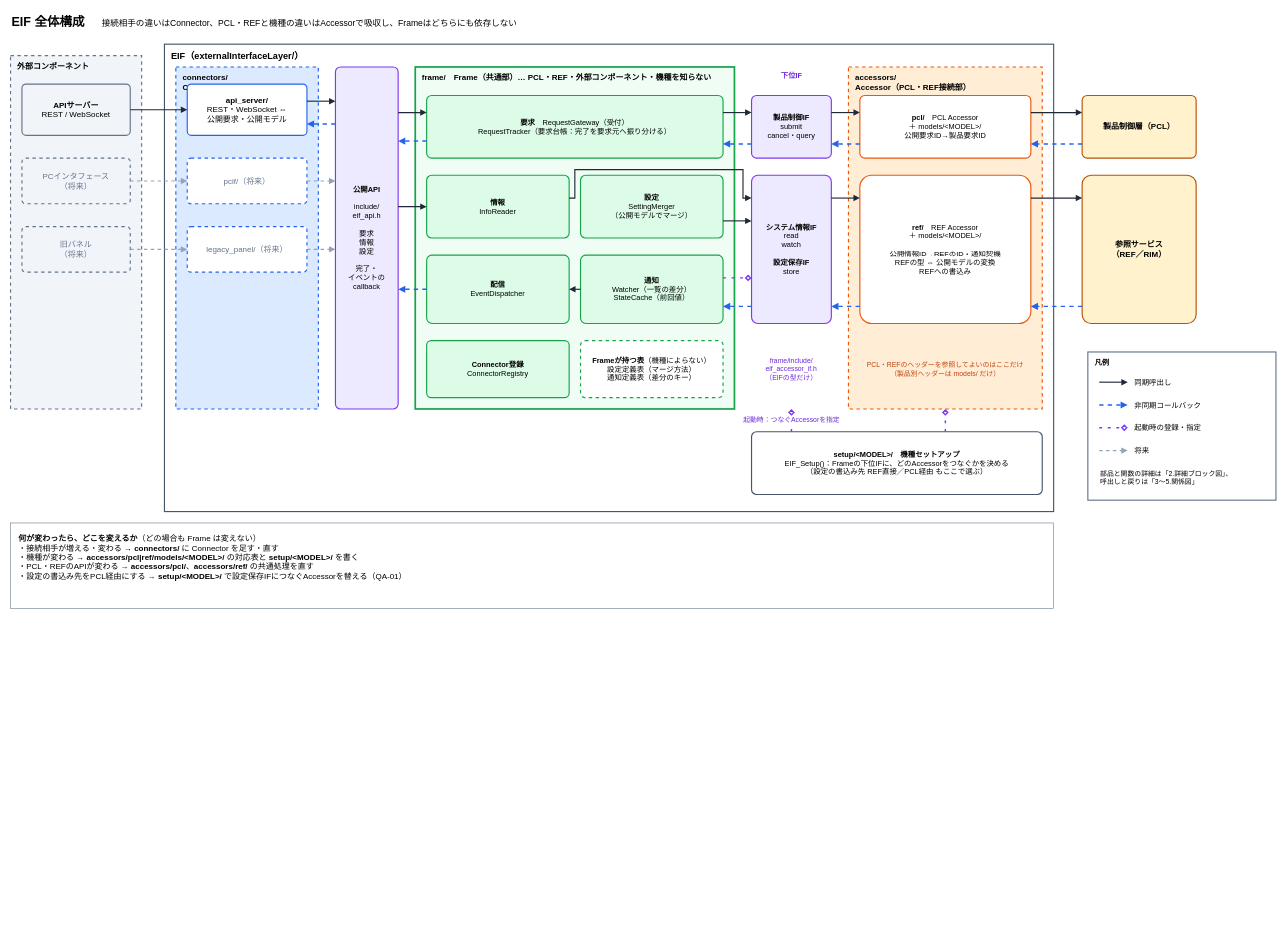
This is page "1.全体構成" (1 of 6) of 03.EIF設計/設計/EIF構成図.drawio from ceedling-vxworks-test-generator/EIF-design, a draw.io file, before an edit. Source tidied: cells renumbered, new cells numbered last; positions are measured from the earlier drawing's top-left corner, leaving out a move shared by most shapes. Both pictures are drawn from the tidied source at 57%, with x=0, y=0 at pixel (10, 10).
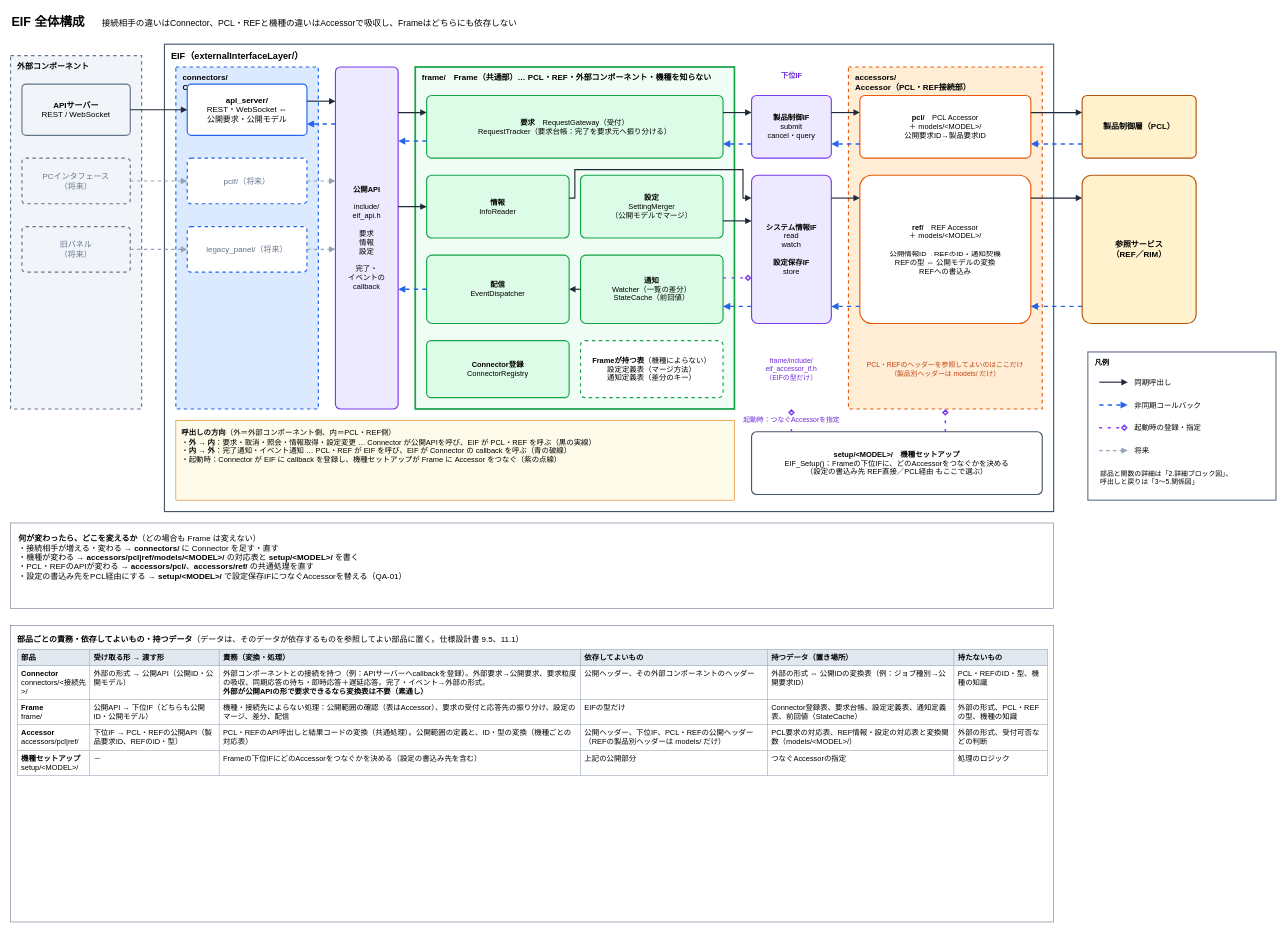
The same page after the edit.

Commit message (it also covers changes not shown here):
仕様設計DRの指摘を反映（仕様設計書 0.03、構成図 0.02）、要件定義を正式版に更新

The edit, as a diff of the source:
```diff
@@
+    <mxCell id="72" value="&lt;b&gt;呼出しの方向&lt;/b&gt;（外＝外部コンポーネント側、内＝PCL・REF側）&lt;br&gt;・&lt;b&gt;外 → 内&lt;/b&gt;：要求・取消・照会・情報取得・設定変更 … Connector が公開APIを呼び、EIF が PCL・REF を呼ぶ（黒の実線）&lt;br&gt;・&lt;b&gt;内 → 外&lt;/b&gt;：完了通知・イベント通知 … PCL・REF が EIF を呼び、EIF が Connector の callback を呼ぶ（青の破線）&lt;br&gt;・起動時：Connector が EIF に callback を登録し、機種セットアップが Frame に Accessor をつなぐ（紫の点線）" style="rounded=0;whiteSpace=wrap;html=1;align=left;verticalAlign=top;spacing=10;fontSize=13;fillColor=#FFFBEB;strokeColor=#D97706;" parent="1" vertex="1">
+      <mxGeometry x="290" y="720" width="980" height="140" as="geometry" />
+    </mxCell>
+    <mxCell id="73" value="&lt;b&gt;部品ごとの責務・依存してよいもの・持つデータ&lt;/b&gt;（データは、そのデータが依存するものを参照してよい部品に置く。仕様設計書 9.5、11.1）&lt;table style=&quot;border-collapse:collapse;width:100%;margin-top:8px;font-size:13px;&quot;&gt;&lt;tr&gt;&lt;th style=&quot;border:1px solid #94A3B8;padding:6px;vertical-align:top;text-align:left;background:#E2E8F0;&quot;&gt;部品&lt;/th&gt;&lt;th style=&quot;border:1px solid #94A3B8;padding:6px;vertical-align:top;text-align:left;background:#E2E8F0;&quot;&gt;受け取る形 → 渡す形&lt;/th&gt;&lt;th style=&quot;border:1px solid #94A3B8;padding:6px;vertical-align:top;text-align:left;background:#E2E8F0;&quot;&gt;責務（変換・処理）&lt;/th&gt;&lt;th style=&quot;border:1px solid #94A3B8;padding:6px;vertical-align:top;text-align:left;background:#E2E8F0;&quot;&gt;依存してよいもの&lt;/th&gt;&lt;th style=&quot;border:1px solid #94A3B8;padding:6px;vertical-align:top;text-align:left;background:#E2E8F0;&quot;&gt;持つデータ（置き場所）&lt;/th&gt;&lt;th style=&quot;border:1px solid #94A3B8;padding:6px;vertical-align:top;text-align:left;background:#E2E8F0;&quot;&gt;持たないもの&lt;/th&gt;&lt;/tr&gt;&lt;tr&gt;&lt;td style=&quot;border:1px solid #94A3B8;padding:6px;vertical-align:top;text-align:left;&quot;&gt;&lt;b&gt;Connector&lt;/b&gt;&lt;br&gt;connectors/&amp;lt;接続先&amp;gt;/&lt;/td&gt;&lt;td style=&quot;border:1px solid #94A3B8;padding:6px;vertical-align:top;text-align:left;&quot;&gt;外部の形式 → 公開API（公開ID・公開モデル）&lt;/td&gt;&lt;td style=&quot;border:1px solid #94A3B8;padding:6px;vertical-align:top;text-align:left;&quot;&gt;外部コンポーネントとの接続を持つ（例：APIサーバーへcallbackを登録）。外部要求→公開要求、要求粒度の吸収、同期応答の待ち・即時応答＋遅延応答。完了・イベント→外部の形式。&lt;br&gt;&lt;b&gt;外部が公開APIの形で要求できるなら変換表は不要（素通し）&lt;/b&gt;&lt;/td&gt;&lt;td style=&quot;border:1px solid #94A3B8;padding:6px;vertical-align:top;text-align:left;&quot;&gt;公開ヘッダー、その外部コンポーネントのヘッダー&lt;/td&gt;&lt;td style=&quot;border:1px solid #94A3B8;padding:6px;vertical-align:top;text-align:left;&quot;&gt;外部の形式 ⇔ 公開IDの変換表（例：ジョブ種別→公開要求ID）&lt;/td&gt;&lt;td style=&quot;border:1px solid #94A3B8;padding:6px;vertical-align:top;text-align:left;&quot;&gt;PCL・REFのID・型、機種の知識&lt;/td&gt;&lt;/tr&gt;&lt;tr&gt;&lt;td style=&quot;border:1px solid #94A3B8;padding:6px;vertical-align:top;text-align:left;&quot;&gt;&lt;b&gt;Frame&lt;/b&gt;&lt;br&gt;frame/&lt;/td&gt;&lt;td style=&quot;border:1px solid #94A3B8;padding:6px;vertical-align:top;text-align:left;&quot;&gt;公開API → 下位IF（どちらも公開ID・公開モデル）&lt;/td&gt;&lt;td style=&quot;border:1px solid #94A3B8;padding:6px;vertical-align:top;text-align:left;&quot;&gt;機種・接続先によらない処理：公開範囲の確認（表はAccessor）、要求の受付と応答先の振り分け、設定のマージ、差分、配信&lt;/td&gt;&lt;td style=&quot;border:1px solid #94A3B8;padding:6px;vertical-align:top;text-align:left;&quot;&gt;EIFの型だけ&lt;/td&gt;&lt;td style=&quot;border:1px solid #94A3B8;padding:6px;vertical-align:top;text-align:left;&quot;&gt;Connector登録表、要求台帳、設定定義表、通知定義表、前回値（StateCache）&lt;/td&gt;&lt;td style=&quot;border:1px solid #94A3B8;padding:6px;vertical-align:top;text-align:left;&quot;&gt;外部の形式、PCL・REFの型、機種の知識&lt;/td&gt;&lt;/tr&gt;&lt;tr&gt;&lt;td style=&quot;border:1px solid #94A3B8;padding:6px;vertical-align:top;text-align:left;&quot;&gt;&lt;b&gt;Accessor&lt;/b&gt;&lt;br&gt;accessors/pcl|ref/&lt;/td&gt;&lt;td style=&quot;border:1px solid #94A3B8;padding:6px;vertical-align:top;text-align:left;&quot;&gt;下位IF → PCL・REFの公開API（製品要求ID、REFのID・型）&lt;/td&gt;&lt;td style=&quot;border:1px solid #94A3B8;padding:6px;vertical-align:top;text-align:left;&quot;&gt;PCL・REFのAPI呼出しと結果コードの変換（共通処理）。公開範囲の定義と、ID・型の変換（機種ごとの対応表）&lt;/td&gt;&lt;td style=&quot;border:1px solid #94A3B8;padding:6px;vertical-align:top;text-align:left;&quot;&gt;公開ヘッダー、下位IF、PCL・REFの公開ヘッダー（REFの製品別ヘッダーは models/ だけ）&lt;/td&gt;&lt;td style=&quot;border:1px solid #94A3B8;padding:6px;vertical-align:top;text-align:left;&quot;&gt;PCL要求の対応表、REF情報・設定の対応表と変換関数（models/&amp;lt;MODEL&amp;gt;/）&lt;/td&gt;&lt;td style=&quot;border:1px solid #94A3B8;padding:6px;vertical-align:top;text-align:left;&quot;&gt;外部の形式、受付可否などの判断&lt;/td&gt;&lt;/tr&gt;&lt;tr&gt;&lt;td style=&quot;border:1px solid #94A3B8;padding:6px;vertical-align:top;text-align:left;&quot;&gt;&lt;b&gt;機種セットアップ&lt;/b&gt;&lt;br&gt;setup/&amp;lt;MODEL&amp;gt;/&lt;/td&gt;&lt;td style=&quot;border:1px solid #94A3B8;padding:6px;vertical-align:top;text-align:left;&quot;&gt;－&lt;/td&gt;&lt;td style=&quot;border:1px solid #94A3B8;padding:6px;vertical-align:top;text-align:left;&quot;&gt;Frameの下位IFにどのAccessorをつなぐかを決める（設定の書込み先を含む）&lt;/td&gt;&lt;td style=&quot;border:1px solid #94A3B8;padding:6px;vertical-align:top;text-align:left;&quot;&gt;上記の公開部分&lt;/td&gt;&lt;td style=&quot;border:1px solid #94A3B8;padding:6px;vertical-align:top;text-align:left;&quot;&gt;つなぐAccessorの指定&lt;/td&gt;&lt;td style=&quot;border:1px solid #94A3B8;padding:6px;vertical-align:top;text-align:left;&quot;&gt;処理のロジック&lt;/td&gt;&lt;/tr&gt;&lt;/table&gt;" style="rounded=0;whiteSpace=wrap;html=1;align=left;verticalAlign=top;spacing=12;fontSize=14;fillColor=#FFFFFF;strokeColor=#64748B;" parent="1" vertex="1">
+      <mxGeometry y="1080" width="1830" height="520" as="geometry" />
+    </mxCell>
```
